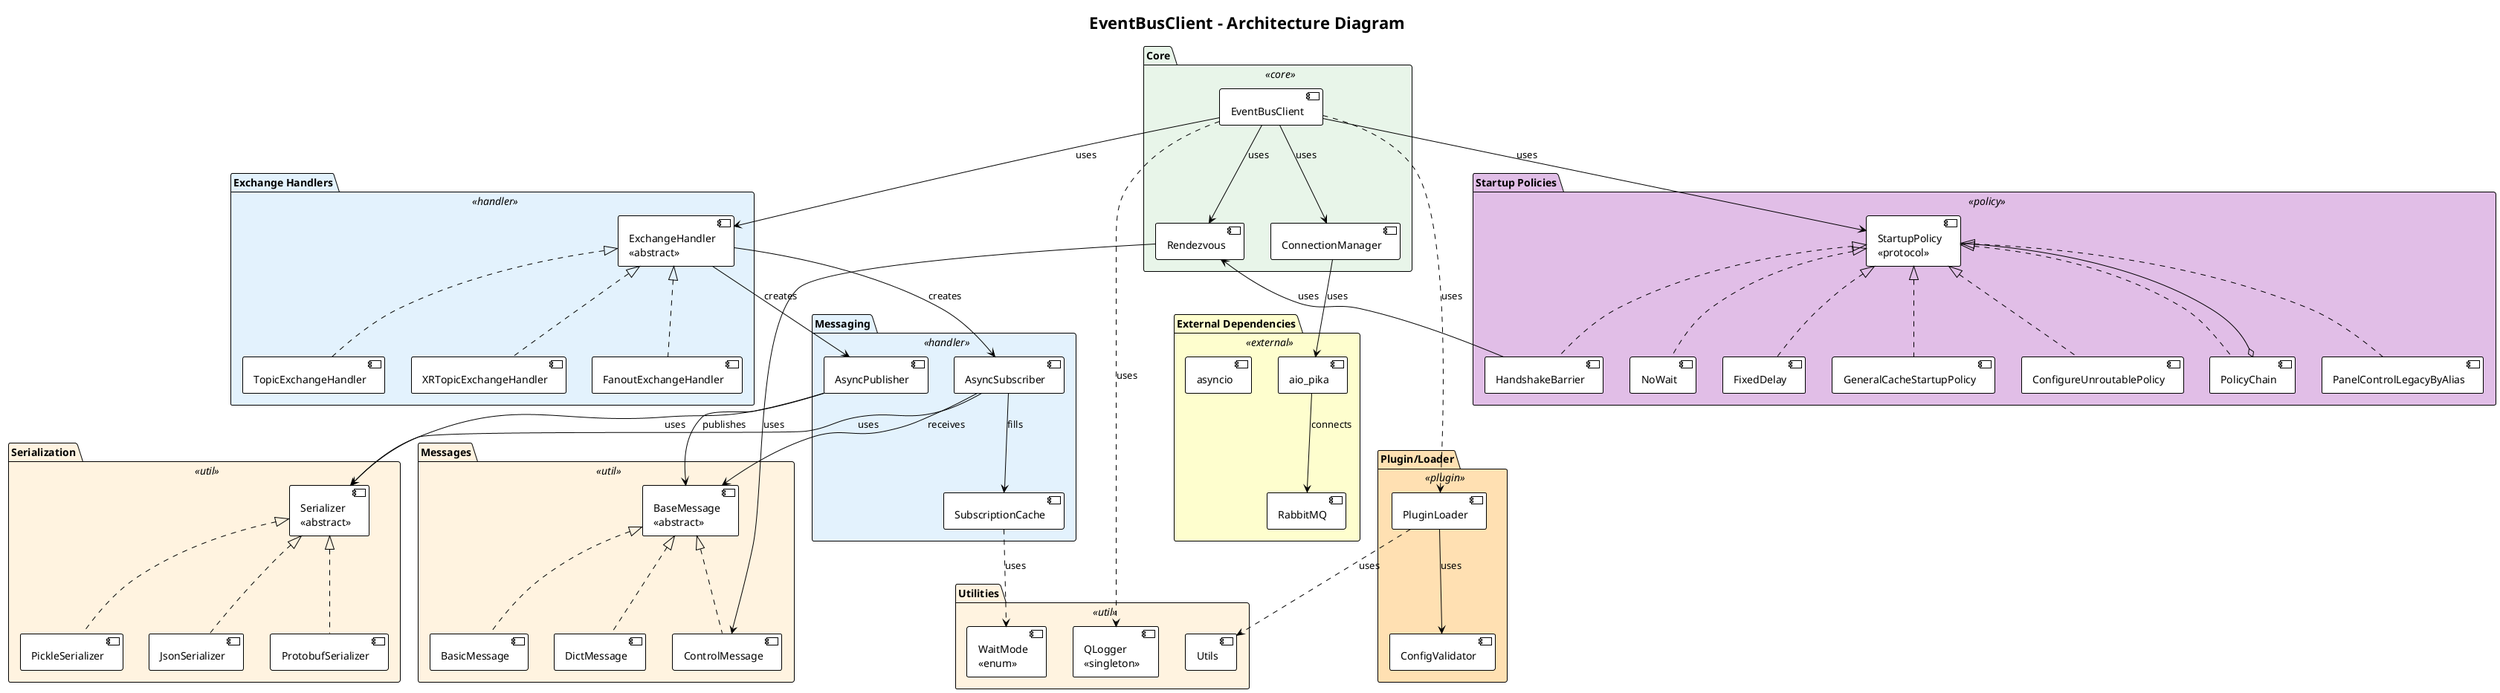
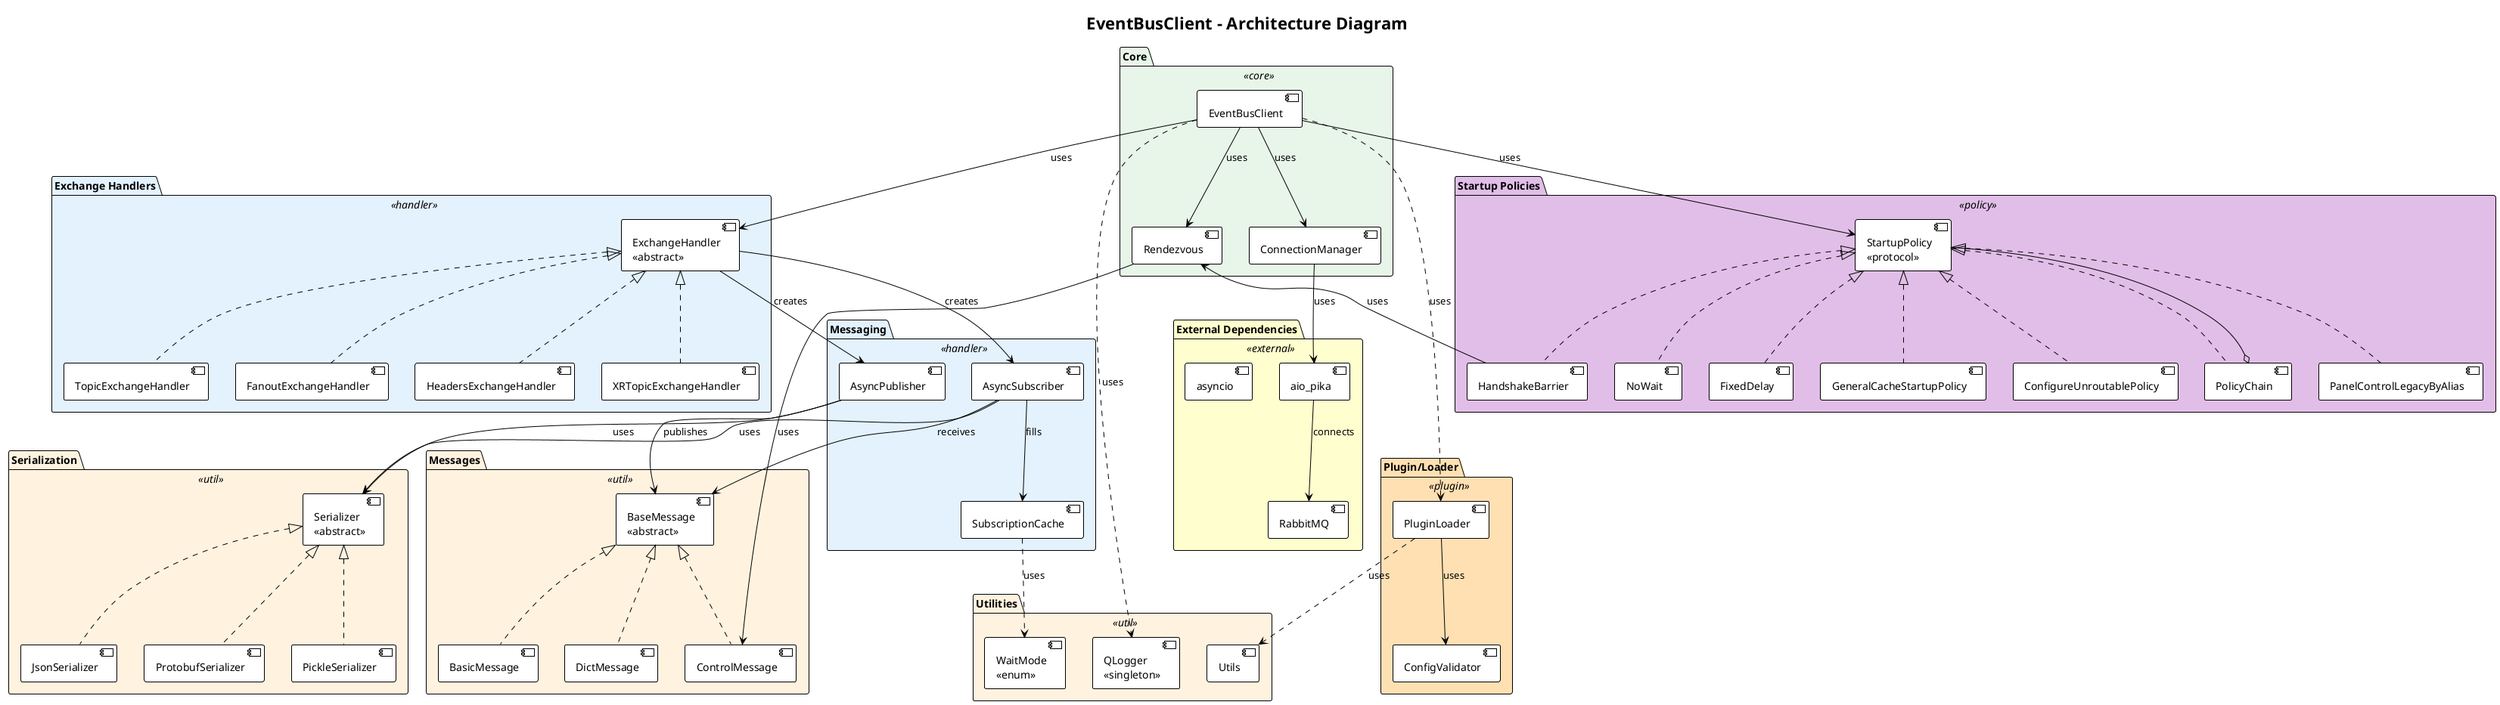
@startuml architecture
!theme plain
title EventBusClient - Architecture Diagram

skinparam package {
    BackgroundColor<<external>> #FEFECE
    BackgroundColor<<core>> #E8F5E9
    BackgroundColor<<handler>> #E3F2FD
    BackgroundColor<<util>> #FFF3E0
    BackgroundColor<<policy>> #E1BEE7
    BackgroundColor<<plugin>> #FFE0B2
}

skinparam component {
    BackgroundColor #FFFFFF
}

package "External Dependencies" <<external>> {
    component [aio_pika] as aio_pika
    component [asyncio] as asyncio
    component [RabbitMQ] as rabbitmq
}

package "Core" <<core>> {
    component [EventBusClient] as client
    component [ConnectionManager] as conn_mgr
    component [Rendezvous] as rendezvous
}

package "Exchange Handlers" <<handler>> {
    component [ExchangeHandler\n<<abstract>>] as exchange_handler
    component [TopicExchangeHandler] as topic_handler
+     component [FanoutExchangeHandler] as fanout_handler
+     component [HeadersExchangeHandler] as headers_handler
    component [XRTopicExchangeHandler] as xrtopic_handler
-     component [FanoutExchangeHandler] as fanout_handler
}

package "Messaging" <<handler>> {
    component [AsyncPublisher] as publisher
    component [AsyncSubscriber] as subscriber
    component [SubscriptionCache] as cache
}

package "Serialization" <<util>> {
    component [Serializer\n<<abstract>>] as serializer
    component [PickleSerializer] as pickle_ser
    component [JsonSerializer] as json_ser
    component [ProtobufSerializer] as protobuf_ser
}

package "Messages" <<util>> {
    component [BaseMessage\n<<abstract>>] as base_msg
    component [BasicMessage] as basic_msg
    component [ControlMessage] as control_msg
    component [DictMessage] as dict_msg
}

package "Startup Policies" <<policy>> {
    component [StartupPolicy\n<<protocol>>] as startup_policy
    component [NoWait] as no_wait
    component [FixedDelay] as fixed_delay
    component [HandshakeBarrier] as handshake
    component [GeneralCacheStartupPolicy] as general_cache_policy
    component [ConfigureUnroutablePolicy] as unroutable_policy
    component [PolicyChain] as policy_chain
    component [PanelControlLegacyByAlias] as panel_control
}

package "Plugin/Loader" <<plugin>> {
    component [PluginLoader] as plugin_loader
    component [ConfigValidator] as config_validator
}

package "Utilities" <<util>> {
    component [QLogger\n<<singleton>>] as qlogger
    component [Utils] as utils
    component [WaitMode\n<<enum>>] as wait_mode
}

' Inheritance (using dotted lines for extends)
exchange_handler <|.. topic_handler
+ exchange_handler <|.. fanout_handler
+ exchange_handler <|.. headers_handler
exchange_handler <|.. xrtopic_handler
- exchange_handler <|.. fanout_handler

serializer <|.. pickle_ser
serializer <|.. json_ser
serializer <|.. protobuf_ser

base_msg <|.. basic_msg
base_msg <|.. control_msg
base_msg <|.. dict_msg

startup_policy <|.. no_wait
startup_policy <|.. fixed_delay
startup_policy <|.. handshake
startup_policy <|.. general_cache_policy
startup_policy <|.. unroutable_policy
startup_policy <|.. policy_chain
startup_policy <|.. panel_control

' Relationships
client --> conn_mgr : uses
client --> exchange_handler : uses
client --> rendezvous : uses
client --> startup_policy : uses
client ..> plugin_loader : uses
client ..> qlogger : uses
conn_mgr --> aio_pika : uses
exchange_handler --> publisher : creates
exchange_handler --> subscriber : creates
subscriber --> cache : fills
publisher --> serializer : uses
subscriber --> serializer : uses
publisher --> base_msg : publishes
subscriber --> base_msg : receives
aio_pika --> rabbitmq : connects
plugin_loader --> config_validator : uses
plugin_loader ..> utils : uses
rendezvous --> control_msg : uses
handshake --> rendezvous : uses
cache ..> wait_mode : uses
policy_chain o-- startup_policy

@enduml
